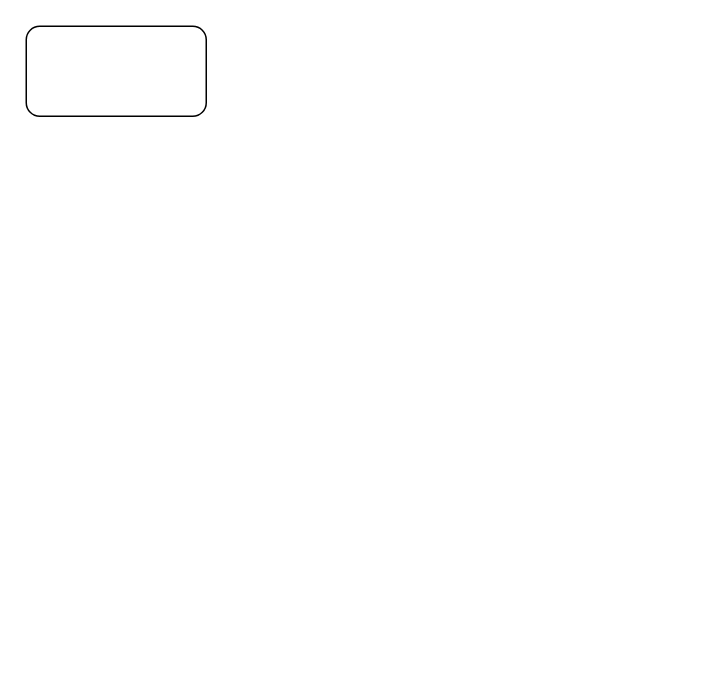
Before: files/小象团长助手.drawio in xyfll7/assis_taro, a draw.io diagram. Source tidied: cells renumbered, new cells numbered last; positions are measured from the earlier drawing's top-left corner, leaving out a move shared by most shapes. Both pictures are drawn from the tidied source at 150%, with x=0, y=0 at pixel (26, 26).
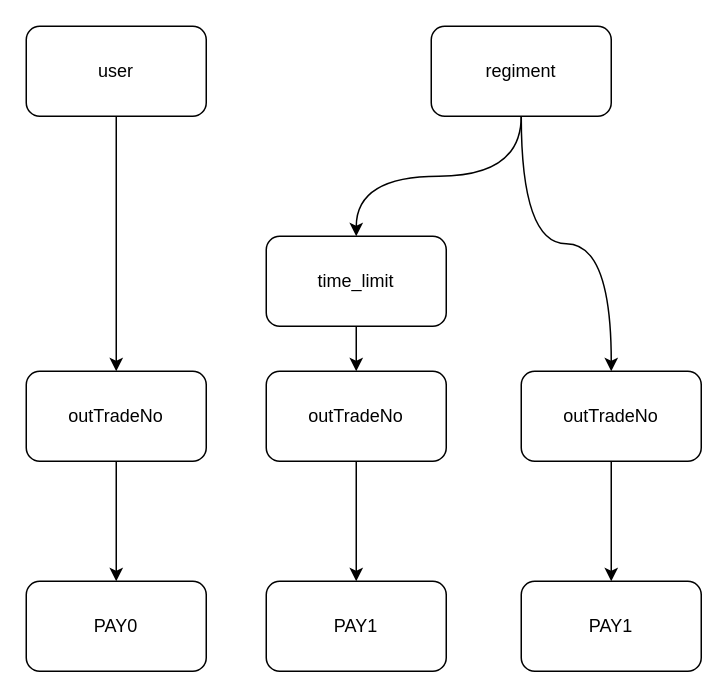
The same diagram, later.

Commit message:
更新小象团长助手.drawio

The edit, as a diff of the source:
```diff
@@
 <mxGraphModel>
   <root>
     <mxCell id="0" />
     <mxCell id="1" parent="0" />
+    <mxCell id="3" style="edgeStyle=orthogonalEdgeStyle;curved=1;rounded=0;jettySize=auto;html=1;exitX=0.5;exitY=1;exitDx=0;exitDy=0;fontFamily=Helvetica;fontSize=12;fontColor=default;" parent="1" edge="1" source="2" target="10">
+      <mxGeometry relative="1" as="geometry" />
+    </mxCell>
-    <mxCell id="2" style="rounded=1;whiteSpace=wrap;html=1;" parent="1" vertex="1">
+    <mxCell id="2" value="user" style="rounded=1;whiteSpace=wrap;html=1;" parent="1" vertex="1">
       <mxGeometry width="120" height="60" as="geometry" />
     </mxCell>
+    <mxCell id="4" style="edgeStyle=orthogonalEdgeStyle;rounded=0;jettySize=auto;html=1;exitX=0.5;exitY=1;exitDx=0;exitDy=0;entryX=0.5;entryY=0;entryDx=0;entryDy=0;fontFamily=Helvetica;fontSize=12;fontColor=default;curved=1;" parent="1" edge="1" source="6" target="8">
+      <mxGeometry relative="1" as="geometry" />
+    </mxCell>
+    <mxCell id="5" style="edgeStyle=orthogonalEdgeStyle;curved=1;rounded=0;jettySize=auto;html=1;exitX=0.5;exitY=1;exitDx=0;exitDy=0;fontFamily=Helvetica;fontSize=12;fontColor=default;" parent="1" edge="1" source="6" target="12">
+      <mxGeometry relative="1" as="geometry" />
+    </mxCell>
+    <mxCell id="6" value="regiment" style="rounded=1;whiteSpace=wrap;html=1;" parent="1" vertex="1">
+      <mxGeometry x="270" width="120" height="60" as="geometry" />
+    </mxCell>
+    <mxCell id="7" style="edgeStyle=orthogonalEdgeStyle;curved=1;rounded=0;jettySize=auto;html=1;fontFamily=Helvetica;fontSize=12;fontColor=default;" parent="1" edge="1" source="8" target="14">
+      <mxGeometry relative="1" as="geometry" />
+    </mxCell>
+    <mxCell id="8" value="time_limit" style="whiteSpace=wrap;html=1;rounded=1;" parent="1" vertex="1">
+      <mxGeometry x="160" y="140" width="120" height="60" as="geometry" />
+    </mxCell>
+    <mxCell id="9" style="edgeStyle=orthogonalEdgeStyle;curved=1;rounded=0;jettySize=auto;html=1;fontFamily=Helvetica;fontSize=12;fontColor=default;" parent="1" edge="1" source="10" target="17">
+      <mxGeometry relative="1" as="geometry" />
+    </mxCell>
+    <mxCell id="10" value="outTradeNo" style="whiteSpace=wrap;html=1;rounded=1;" parent="1" vertex="1">
+      <mxGeometry y="230" width="120" height="60" as="geometry" />
+    </mxCell>
+    <mxCell id="11" style="edgeStyle=orthogonalEdgeStyle;curved=1;rounded=0;jettySize=auto;html=1;fontFamily=Helvetica;fontSize=12;fontColor=default;" parent="1" edge="1" source="12" target="15">
+      <mxGeometry relative="1" as="geometry" />
+    </mxCell>
+    <mxCell id="12" value="outTradeNo" style="whiteSpace=wrap;html=1;rounded=1;" parent="1" vertex="1">
+      <mxGeometry x="330" y="230" width="120" height="60" as="geometry" />
+    </mxCell>
+    <mxCell id="13" style="edgeStyle=orthogonalEdgeStyle;curved=1;rounded=0;jettySize=auto;html=1;fontFamily=Helvetica;fontSize=12;fontColor=default;" parent="1" edge="1" source="14" target="16">
+      <mxGeometry relative="1" as="geometry" />
+    </mxCell>
+    <mxCell id="14" value="outTradeNo" style="whiteSpace=wrap;html=1;rounded=1;" parent="1" vertex="1">
+      <mxGeometry x="160" y="230" width="120" height="60" as="geometry" />
+    </mxCell>
+    <mxCell id="15" value="PAY1" style="whiteSpace=wrap;html=1;rounded=1;" parent="1" vertex="1">
+      <mxGeometry x="330" y="370" width="120" height="60" as="geometry" />
+    </mxCell>
+    <mxCell id="16" value="PAY1" style="whiteSpace=wrap;html=1;rounded=1;" parent="1" vertex="1">
+      <mxGeometry x="160" y="370" width="120" height="60" as="geometry" />
+    </mxCell>
+    <mxCell id="17" value="PAY0" style="whiteSpace=wrap;html=1;rounded=1;" parent="1" vertex="1">
+      <mxGeometry y="370" width="120" height="60" as="geometry" />
+    </mxCell>
   </root>
 </mxGraphModel>
```
